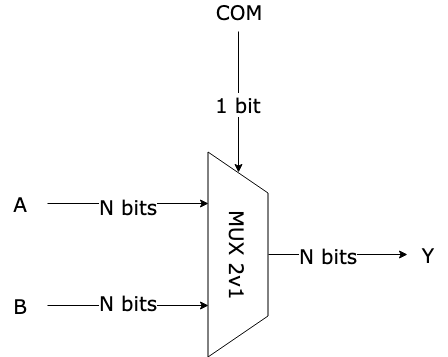
Earlier version of the draw.io export arch_diagrams/MUX2v1.png (kokkonisd/monocycle-proc). Source tidied: cells renumbered, new cells last; positions are measured from the earlier drawing's top-left corner, leaving out a move shared by most shapes. Its diagram source:
```xml
<mxGraphModel>
  <root>
    <mxCell id="0" />
    <mxCell id="1" parent="0" />
    <mxCell id="2" value="&lt;font face=&quot;Verdana&quot; style=&quot;font-size: 20px&quot;&gt;MUX 2v1&lt;/font&gt;" style="shape=trapezoid;perimeter=trapezoidPerimeter;whiteSpace=wrap;html=1;rotation=90;" parent="1" vertex="1">
      <mxGeometry x="135" y="223" width="205" height="60" as="geometry" />
    </mxCell>
    <mxCell id="3" style="endArrow=classic;html=1;entryX=0.25;entryY=1;entryDx=0;entryDy=0;" parent="1" edge="1" target="2">
      <mxGeometry relative="1" as="geometry">
        <mxPoint x="47" y="202" as="sourcePoint" />
      </mxGeometry>
    </mxCell>
    <mxCell id="4" value="N bits" style="text;html=1;align=center;verticalAlign=middle;labelBackgroundColor=#ffffff;fontSize=20;fontFamily=Verdana;" parent="3" vertex="1">
      <mxGeometry x="-0.01" y="-2" relative="1" as="geometry" />
    </mxCell>
    <mxCell id="5" style="endArrow=classic;html=1;entryX=0.75;entryY=1;entryDx=0;entryDy=0;" parent="1" edge="1" target="2">
      <mxGeometry relative="1" as="geometry">
        <mxPoint x="47" y="304" as="sourcePoint" />
      </mxGeometry>
    </mxCell>
    <mxCell id="6" value="N bits" style="text;html=1;align=center;verticalAlign=middle;labelBackgroundColor=#ffffff;fontSize=20;fontFamily=Verdana;" parent="5" vertex="1">
      <mxGeometry x="-0.03" y="-2" relative="1" as="geometry">
        <mxPoint x="2" y="-6" as="offset" />
      </mxGeometry>
    </mxCell>
    <mxCell id="7" style="endArrow=classic;html=1;entryX=0;entryY=0.5;entryDx=0;entryDy=0;" parent="1" edge="1" target="2">
      <mxGeometry relative="1" as="geometry">
        <mxPoint x="238" y="30" as="sourcePoint" />
      </mxGeometry>
    </mxCell>
    <mxCell id="8" value="1 bit" style="text;html=1;align=center;verticalAlign=middle;labelBackgroundColor=#ffffff;fontSize=20;fontFamily=Verdana;" parent="7" vertex="1">
      <mxGeometry x="0.02" y="-1" relative="1" as="geometry" />
    </mxCell>
    <mxCell id="9" style="endArrow=classic;html=1;exitX=0.5;exitY=0;exitDx=0;exitDy=0;" parent="1" edge="1" source="2">
      <mxGeometry relative="1" as="geometry">
        <mxPoint x="407" y="253" as="targetPoint" />
      </mxGeometry>
    </mxCell>
    <mxCell id="10" value="N bits" style="text;html=1;align=center;verticalAlign=middle;labelBackgroundColor=#ffffff;fontSize=20;fontFamily=Verdana;" parent="9" vertex="1">
      <mxGeometry x="-0.15" relative="1" as="geometry" />
    </mxCell>
    <mxCell id="11" value="COM" style="text;html=1;strokeColor=none;fillColor=none;align=center;verticalAlign=middle;whiteSpace=wrap;rounded=0;fontFamily=Verdana;fontSize=20;" parent="1" vertex="1">
      <mxGeometry x="218" width="40" height="20" as="geometry" />
    </mxCell>
    <mxCell id="12" value="A" style="text;html=1;strokeColor=none;fillColor=none;align=center;verticalAlign=middle;whiteSpace=wrap;rounded=0;fontFamily=Verdana;fontSize=20;" parent="1" vertex="1">
      <mxGeometry y="192" width="40" height="20" as="geometry" />
    </mxCell>
    <mxCell id="13" value="B" style="text;html=1;strokeColor=none;fillColor=none;align=center;verticalAlign=middle;whiteSpace=wrap;rounded=0;fontFamily=Verdana;fontSize=20;" parent="1" vertex="1">
      <mxGeometry y="294" width="40" height="20" as="geometry" />
    </mxCell>
    <mxCell id="14" value="Y" style="text;html=1;strokeColor=none;fillColor=none;align=center;verticalAlign=middle;whiteSpace=wrap;rounded=0;fontFamily=Verdana;fontSize=20;" parent="1" vertex="1">
      <mxGeometry x="407" y="243" width="40" height="20" as="geometry" />
    </mxCell>
  </root>
</mxGraphModel>
```
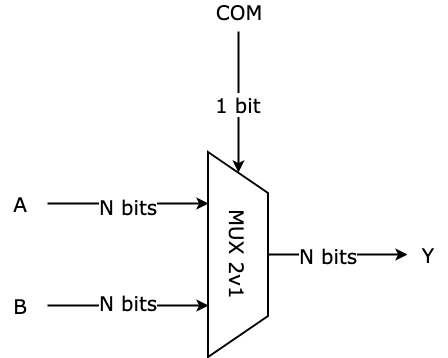
Later version of the same file.

What changed in the source:
```diff
@@ -2,10 +2,10 @@
   <root>
     <mxCell id="0" />
     <mxCell id="1" parent="0" />
-    <mxCell id="2" value="&lt;font face=&quot;Verdana&quot; style=&quot;font-size: 20px&quot;&gt;MUX 2v1&lt;/font&gt;" style="shape=trapezoid;perimeter=trapezoidPerimeter;whiteSpace=wrap;html=1;rotation=90;" parent="1" vertex="1">
+    <mxCell id="2" value="&lt;font face=&quot;Verdana&quot; style=&quot;font-size: 20px&quot;&gt;MUX 2v1&lt;/font&gt;" style="shape=trapezoid;perimeter=trapezoidPerimeter;whiteSpace=wrap;html=1;rotation=90;strokeWidth=2;" parent="1" vertex="1">
       <mxGeometry x="135" y="223" width="205" height="60" as="geometry" />
     </mxCell>
-    <mxCell id="3" style="endArrow=classic;html=1;entryX=0.25;entryY=1;entryDx=0;entryDy=0;" parent="1" edge="1" target="2">
+    <mxCell id="3" style="endArrow=classic;html=1;entryX=0.25;entryY=1;entryDx=0;entryDy=0;strokeWidth=2;" parent="1" edge="1" target="2">
       <mxGeometry relative="1" as="geometry">
         <mxPoint x="47" y="202" as="sourcePoint" />
       </mxGeometry>
@@ -13,7 +13,7 @@
     <mxCell id="4" value="N bits" style="text;html=1;align=center;verticalAlign=middle;labelBackgroundColor=#ffffff;fontSize=20;fontFamily=Verdana;" parent="3" vertex="1">
       <mxGeometry x="-0.01" y="-2" relative="1" as="geometry" />
     </mxCell>
-    <mxCell id="5" style="endArrow=classic;html=1;entryX=0.75;entryY=1;entryDx=0;entryDy=0;" parent="1" edge="1" target="2">
+    <mxCell id="5" style="endArrow=classic;html=1;entryX=0.75;entryY=1;entryDx=0;entryDy=0;strokeWidth=2;" parent="1" edge="1" target="2">
       <mxGeometry relative="1" as="geometry">
         <mxPoint x="47" y="304" as="sourcePoint" />
       </mxGeometry>
@@ -23,7 +23,7 @@
         <mxPoint x="2" y="-6" as="offset" />
       </mxGeometry>
     </mxCell>
-    <mxCell id="7" style="endArrow=classic;html=1;entryX=0;entryY=0.5;entryDx=0;entryDy=0;" parent="1" edge="1" target="2">
+    <mxCell id="7" style="endArrow=classic;html=1;entryX=0;entryY=0.5;entryDx=0;entryDy=0;strokeWidth=2;" parent="1" edge="1" target="2">
       <mxGeometry relative="1" as="geometry">
         <mxPoint x="238" y="30" as="sourcePoint" />
       </mxGeometry>
@@ -31,7 +31,7 @@
     <mxCell id="8" value="1 bit" style="text;html=1;align=center;verticalAlign=middle;labelBackgroundColor=#ffffff;fontSize=20;fontFamily=Verdana;" parent="7" vertex="1">
       <mxGeometry x="0.02" y="-1" relative="1" as="geometry" />
     </mxCell>
-    <mxCell id="9" style="endArrow=classic;html=1;exitX=0.5;exitY=0;exitDx=0;exitDy=0;" parent="1" edge="1" source="2">
+    <mxCell id="9" style="endArrow=classic;html=1;exitX=0.5;exitY=0;exitDx=0;exitDy=0;strokeWidth=2;" parent="1" edge="1" source="2">
       <mxGeometry relative="1" as="geometry">
         <mxPoint x="407" y="253" as="targetPoint" />
       </mxGeometry>
```
